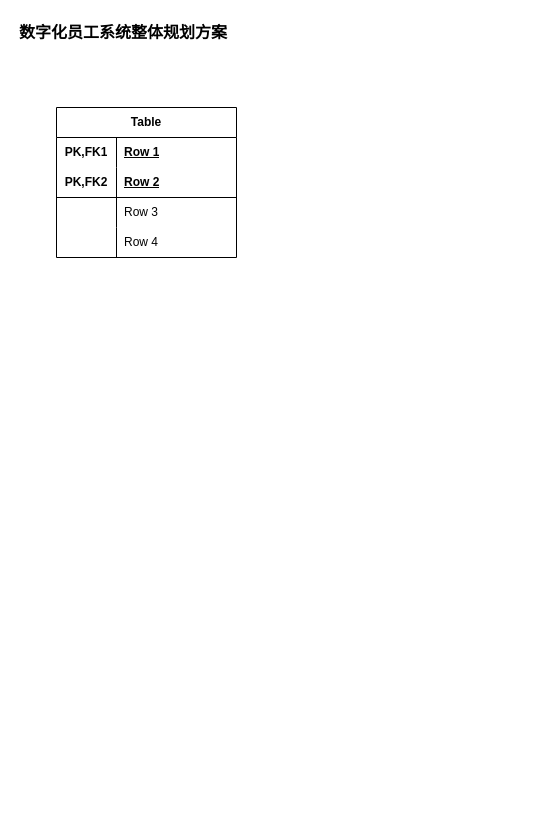
This is src/main/work/zhonghuan/20231030115011.drawio from ab-doc/draw.io, a draw.io file, before an edit. Source tidied: cells renumbered, new cells numbered last; positions are measured from the earlier drawing's top-left corner, leaving out a move shared by most shapes. Both pictures are drawn from the tidied source at 100%, with x=0, y=0 at pixel (16, 17).
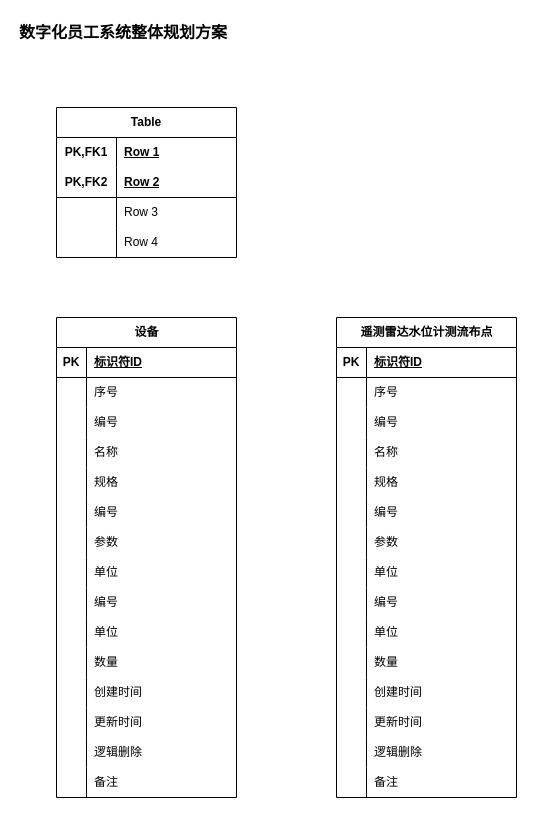
The same diagram, later.

Change to the diagram source:
```diff
@@
+    <mxCell id="16" value="设备" style="shape=table;startSize=30;childLayout=tableLayout;rowLines=0;fontStyle=1;align=center;html=1;" parent="1" vertex="1">
+      <mxGeometry x="40" y="300" width="180" height="480" as="geometry" />
+    </mxCell>
+    <mxCell id="17" style="shape=tableRow;horizontal=0;startSize=0;swimlaneHead=0;swimlaneBody=0;fillColor=none;top=0;left=0;right=0;bottom=1;" parent="16" vertex="1">
+      <mxGeometry y="30" width="180" height="30" as="geometry" />
+    </mxCell>
+    <mxCell id="18" value="PK" style="shape=partialRectangle;fillColor=none;top=0;left=0;bottom=0;right=0;fontStyle=1;overflow=hidden;whiteSpace=wrap;html=1;" parent="17" vertex="1">
+      <mxGeometry width="30" height="30" as="geometry" />
+    </mxCell>
+    <mxCell id="19" value="标识符ID" style="shape=partialRectangle;fillColor=none;top=0;left=0;bottom=0;right=0;align=left;spacingLeft=6;fontStyle=5;overflow=hidden;whiteSpace=wrap;html=1;" parent="17" vertex="1">
+      <mxGeometry x="30" width="150" height="30" as="geometry" />
+    </mxCell>
+    <mxCell id="20" style="shape=tableRow;horizontal=0;startSize=0;swimlaneHead=0;swimlaneBody=0;fillColor=none;top=0;left=0;right=0;bottom=0;" parent="16" vertex="1">
+      <mxGeometry y="60" width="180" height="30" as="geometry" />
+    </mxCell>
+    <mxCell id="21" style="shape=partialRectangle;fillColor=none;top=0;left=0;bottom=0;right=0;overflow=hidden;whiteSpace=wrap;html=1;" parent="20" vertex="1">
+      <mxGeometry width="30" height="30" as="geometry" />
+    </mxCell>
+    <mxCell id="22" value="序号" style="shape=partialRectangle;fillColor=none;top=0;left=0;bottom=0;right=0;align=left;spacingLeft=6;overflow=hidden;whiteSpace=wrap;html=1;" parent="20" vertex="1">
+      <mxGeometry x="30" width="150" height="30" as="geometry" />
+    </mxCell>
+    <mxCell id="23" style="shape=tableRow;horizontal=0;startSize=0;swimlaneHead=0;swimlaneBody=0;fillColor=none;top=0;left=0;right=0;bottom=0;" parent="16" vertex="1">
+      <mxGeometry y="90" width="180" height="30" as="geometry" />
+    </mxCell>
+    <mxCell id="24" style="shape=partialRectangle;fillColor=none;top=0;left=0;bottom=0;right=0;overflow=hidden;whiteSpace=wrap;html=1;" parent="23" vertex="1">
+      <mxGeometry width="30" height="30" as="geometry" />
+    </mxCell>
+    <mxCell id="25" value="编号" style="shape=partialRectangle;fillColor=none;top=0;left=0;bottom=0;right=0;align=left;spacingLeft=6;overflow=hidden;whiteSpace=wrap;html=1;" parent="23" vertex="1">
+      <mxGeometry x="30" width="150" height="30" as="geometry" />
+    </mxCell>
+    <mxCell id="26" style="shape=tableRow;horizontal=0;startSize=0;swimlaneHead=0;swimlaneBody=0;fillColor=none;top=0;left=0;right=0;bottom=0;" parent="16" vertex="1">
+      <mxGeometry y="120" width="180" height="30" as="geometry" />
+    </mxCell>
+    <mxCell id="27" style="shape=partialRectangle;fillColor=none;top=0;left=0;bottom=0;right=0;overflow=hidden;whiteSpace=wrap;html=1;" parent="26" vertex="1">
+      <mxGeometry width="30" height="30" as="geometry" />
+    </mxCell>
+    <mxCell id="28" value="名称" style="shape=partialRectangle;fillColor=none;top=0;left=0;bottom=0;right=0;align=left;spacingLeft=6;overflow=hidden;whiteSpace=wrap;html=1;" parent="26" vertex="1">
+      <mxGeometry x="30" width="150" height="30" as="geometry" />
+    </mxCell>
+    <mxCell id="29" style="shape=tableRow;horizontal=0;startSize=0;swimlaneHead=0;swimlaneBody=0;fillColor=none;top=0;left=0;right=0;bottom=0;" parent="16" vertex="1">
+      <mxGeometry y="150" width="180" height="30" as="geometry" />
+    </mxCell>
+    <mxCell id="30" style="shape=partialRectangle;fillColor=none;top=0;left=0;bottom=0;right=0;overflow=hidden;whiteSpace=wrap;html=1;" parent="29" vertex="1">
+      <mxGeometry width="30" height="30" as="geometry" />
+    </mxCell>
+    <mxCell id="31" value="规格&lt;span style=&quot;white-space: pre;&quot;&gt;&#9;&lt;/span&gt;&lt;br&gt;" style="shape=partialRectangle;fillColor=none;top=0;left=0;bottom=0;right=0;align=left;spacingLeft=6;overflow=hidden;whiteSpace=wrap;html=1;" parent="29" vertex="1">
+      <mxGeometry x="30" width="150" height="30" as="geometry" />
+    </mxCell>
+    <mxCell id="32" style="shape=tableRow;horizontal=0;startSize=0;swimlaneHead=0;swimlaneBody=0;fillColor=none;top=0;left=0;right=0;bottom=0;" parent="16" vertex="1">
+      <mxGeometry y="180" width="180" height="30" as="geometry" />
+    </mxCell>
+    <mxCell id="33" style="shape=partialRectangle;fillColor=none;top=0;left=0;bottom=0;right=0;overflow=hidden;whiteSpace=wrap;html=1;" parent="32" vertex="1">
+      <mxGeometry width="30" height="30" as="geometry" />
+    </mxCell>
+    <mxCell id="34" value="编号" style="shape=partialRectangle;fillColor=none;top=0;left=0;bottom=0;right=0;align=left;spacingLeft=6;overflow=hidden;whiteSpace=wrap;html=1;" parent="32" vertex="1">
+      <mxGeometry x="30" width="150" height="30" as="geometry" />
+    </mxCell>
+    <mxCell id="35" style="shape=tableRow;horizontal=0;startSize=0;swimlaneHead=0;swimlaneBody=0;fillColor=none;top=0;left=0;right=0;bottom=0;" parent="16" vertex="1">
+      <mxGeometry y="210" width="180" height="30" as="geometry" />
+    </mxCell>
+    <mxCell id="36" style="shape=partialRectangle;fillColor=none;top=0;left=0;bottom=0;right=0;overflow=hidden;whiteSpace=wrap;html=1;" parent="35" vertex="1">
+      <mxGeometry width="30" height="30" as="geometry" />
+    </mxCell>
+    <mxCell id="37" value="参数" style="shape=partialRectangle;fillColor=none;top=0;left=0;bottom=0;right=0;align=left;spacingLeft=6;overflow=hidden;whiteSpace=wrap;html=1;" parent="35" vertex="1">
+      <mxGeometry x="30" width="150" height="30" as="geometry" />
+    </mxCell>
+    <mxCell id="38" style="shape=tableRow;horizontal=0;startSize=0;swimlaneHead=0;swimlaneBody=0;fillColor=none;top=0;left=0;right=0;bottom=0;" parent="16" vertex="1">
+      <mxGeometry y="240" width="180" height="30" as="geometry" />
+    </mxCell>
+    <mxCell id="39" style="shape=partialRectangle;fillColor=none;top=0;left=0;bottom=0;right=0;overflow=hidden;whiteSpace=wrap;html=1;" parent="38" vertex="1">
+      <mxGeometry width="30" height="30" as="geometry" />
+    </mxCell>
+    <mxCell id="40" value="单位" style="shape=partialRectangle;fillColor=none;top=0;left=0;bottom=0;right=0;align=left;spacingLeft=6;overflow=hidden;whiteSpace=wrap;html=1;" parent="38" vertex="1">
+      <mxGeometry x="30" width="150" height="30" as="geometry" />
+    </mxCell>
+    <mxCell id="41" style="shape=tableRow;horizontal=0;startSize=0;swimlaneHead=0;swimlaneBody=0;fillColor=none;top=0;left=0;right=0;bottom=0;" parent="16" vertex="1">
+      <mxGeometry y="270" width="180" height="30" as="geometry" />
+    </mxCell>
+    <mxCell id="42" style="shape=partialRectangle;fillColor=none;top=0;left=0;bottom=0;right=0;overflow=hidden;whiteSpace=wrap;html=1;" parent="41" vertex="1">
+      <mxGeometry width="30" height="30" as="geometry" />
+    </mxCell>
+    <mxCell id="43" value="编号" style="shape=partialRectangle;fillColor=none;top=0;left=0;bottom=0;right=0;align=left;spacingLeft=6;overflow=hidden;whiteSpace=wrap;html=1;" parent="41" vertex="1">
+      <mxGeometry x="30" width="150" height="30" as="geometry" />
+    </mxCell>
+    <mxCell id="44" style="shape=tableRow;horizontal=0;startSize=0;swimlaneHead=0;swimlaneBody=0;fillColor=none;top=0;left=0;right=0;bottom=0;" parent="16" vertex="1">
+      <mxGeometry y="300" width="180" height="30" as="geometry" />
+    </mxCell>
+    <mxCell id="45" style="shape=partialRectangle;fillColor=none;top=0;left=0;bottom=0;right=0;overflow=hidden;whiteSpace=wrap;html=1;" parent="44" vertex="1">
+      <mxGeometry width="30" height="30" as="geometry" />
+    </mxCell>
+    <mxCell id="46" value="单位" style="shape=partialRectangle;fillColor=none;top=0;left=0;bottom=0;right=0;align=left;spacingLeft=6;overflow=hidden;whiteSpace=wrap;html=1;" parent="44" vertex="1">
+      <mxGeometry x="30" width="150" height="30" as="geometry" />
+    </mxCell>
+    <mxCell id="47" style="shape=tableRow;horizontal=0;startSize=0;swimlaneHead=0;swimlaneBody=0;fillColor=none;top=0;left=0;right=0;bottom=0;" parent="16" vertex="1">
+      <mxGeometry y="330" width="180" height="30" as="geometry" />
+    </mxCell>
+    <mxCell id="48" style="shape=partialRectangle;fillColor=none;top=0;left=0;bottom=0;right=0;overflow=hidden;whiteSpace=wrap;html=1;" parent="47" vertex="1">
+      <mxGeometry width="30" height="30" as="geometry" />
+    </mxCell>
+    <mxCell id="49" value="数量" style="shape=partialRectangle;fillColor=none;top=0;left=0;bottom=0;right=0;align=left;spacingLeft=6;overflow=hidden;whiteSpace=wrap;html=1;" parent="47" vertex="1">
+      <mxGeometry x="30" width="150" height="30" as="geometry" />
+    </mxCell>
+    <mxCell id="50" style="shape=tableRow;horizontal=0;startSize=0;swimlaneHead=0;swimlaneBody=0;fillColor=none;top=0;left=0;right=0;bottom=0;" parent="16" vertex="1">
+      <mxGeometry y="360" width="180" height="30" as="geometry" />
+    </mxCell>
+    <mxCell id="51" style="shape=partialRectangle;fillColor=none;top=0;left=0;bottom=0;right=0;overflow=hidden;whiteSpace=wrap;html=1;" parent="50" vertex="1">
+      <mxGeometry width="30" height="30" as="geometry" />
+    </mxCell>
+    <mxCell id="52" value="创建时间" style="shape=partialRectangle;fillColor=none;top=0;left=0;bottom=0;right=0;align=left;spacingLeft=6;overflow=hidden;whiteSpace=wrap;html=1;" parent="50" vertex="1">
+      <mxGeometry x="30" width="150" height="30" as="geometry" />
+    </mxCell>
+    <mxCell id="53" style="shape=tableRow;horizontal=0;startSize=0;swimlaneHead=0;swimlaneBody=0;fillColor=none;top=0;left=0;right=0;bottom=0;" parent="16" vertex="1">
+      <mxGeometry y="390" width="180" height="30" as="geometry" />
+    </mxCell>
+    <mxCell id="54" style="shape=partialRectangle;fillColor=none;top=0;left=0;bottom=0;right=0;overflow=hidden;whiteSpace=wrap;html=1;" parent="53" vertex="1">
+      <mxGeometry width="30" height="30" as="geometry" />
+    </mxCell>
+    <mxCell id="55" value="更新时间" style="shape=partialRectangle;fillColor=none;top=0;left=0;bottom=0;right=0;align=left;spacingLeft=6;overflow=hidden;whiteSpace=wrap;html=1;" parent="53" vertex="1">
+      <mxGeometry x="30" width="150" height="30" as="geometry" />
+    </mxCell>
+    <mxCell id="56" style="shape=tableRow;horizontal=0;startSize=0;swimlaneHead=0;swimlaneBody=0;fillColor=none;top=0;left=0;right=0;bottom=0;" parent="16" vertex="1">
+      <mxGeometry y="420" width="180" height="30" as="geometry" />
+    </mxCell>
+    <mxCell id="57" style="shape=partialRectangle;fillColor=none;top=0;left=0;bottom=0;right=0;overflow=hidden;whiteSpace=wrap;html=1;" parent="56" vertex="1">
+      <mxGeometry width="30" height="30" as="geometry" />
+    </mxCell>
+    <mxCell id="58" value="逻辑删除" style="shape=partialRectangle;fillColor=none;top=0;left=0;bottom=0;right=0;align=left;spacingLeft=6;overflow=hidden;whiteSpace=wrap;html=1;" parent="56" vertex="1">
+      <mxGeometry x="30" width="150" height="30" as="geometry" />
+    </mxCell>
+    <mxCell id="59" style="shape=tableRow;horizontal=0;startSize=0;swimlaneHead=0;swimlaneBody=0;fillColor=none;top=0;left=0;right=0;bottom=0;" parent="16" vertex="1">
+      <mxGeometry y="450" width="180" height="30" as="geometry" />
+    </mxCell>
+    <mxCell id="60" style="shape=partialRectangle;fillColor=none;top=0;left=0;bottom=0;right=0;overflow=hidden;whiteSpace=wrap;html=1;" parent="59" vertex="1">
+      <mxGeometry width="30" height="30" as="geometry" />
+    </mxCell>
+    <mxCell id="61" value="备注" style="shape=partialRectangle;fillColor=none;top=0;left=0;bottom=0;right=0;align=left;spacingLeft=6;overflow=hidden;whiteSpace=wrap;html=1;" parent="59" vertex="1">
+      <mxGeometry x="30" width="150" height="30" as="geometry" />
+    </mxCell>
+    <mxCell id="62" value="遥测雷达水位计测流布点" style="shape=table;startSize=30;childLayout=tableLayout;rowLines=0;fontStyle=1;align=center;html=1;" parent="1" vertex="1">
+      <mxGeometry x="320" y="300" width="180" height="480" as="geometry" />
+    </mxCell>
+    <mxCell id="63" style="shape=tableRow;horizontal=0;startSize=0;swimlaneHead=0;swimlaneBody=0;fillColor=none;top=0;left=0;right=0;bottom=1;" parent="62" vertex="1">
+      <mxGeometry y="30" width="180" height="30" as="geometry" />
+    </mxCell>
+    <mxCell id="64" value="PK" style="shape=partialRectangle;fillColor=none;top=0;left=0;bottom=0;right=0;fontStyle=1;overflow=hidden;whiteSpace=wrap;html=1;" parent="63" vertex="1">
+      <mxGeometry width="30" height="30" as="geometry" />
+    </mxCell>
+    <mxCell id="65" value="标识符ID" style="shape=partialRectangle;fillColor=none;top=0;left=0;bottom=0;right=0;align=left;spacingLeft=6;fontStyle=5;overflow=hidden;whiteSpace=wrap;html=1;" parent="63" vertex="1">
+      <mxGeometry x="30" width="150" height="30" as="geometry" />
+    </mxCell>
+    <mxCell id="66" style="shape=tableRow;horizontal=0;startSize=0;swimlaneHead=0;swimlaneBody=0;fillColor=none;top=0;left=0;right=0;bottom=0;" parent="62" vertex="1">
+      <mxGeometry y="60" width="180" height="30" as="geometry" />
+    </mxCell>
+    <mxCell id="67" style="shape=partialRectangle;fillColor=none;top=0;left=0;bottom=0;right=0;overflow=hidden;whiteSpace=wrap;html=1;" parent="66" vertex="1">
+      <mxGeometry width="30" height="30" as="geometry" />
+    </mxCell>
+    <mxCell id="68" value="序号" style="shape=partialRectangle;fillColor=none;top=0;left=0;bottom=0;right=0;align=left;spacingLeft=6;overflow=hidden;whiteSpace=wrap;html=1;" parent="66" vertex="1">
+      <mxGeometry x="30" width="150" height="30" as="geometry" />
+    </mxCell>
+    <mxCell id="69" style="shape=tableRow;horizontal=0;startSize=0;swimlaneHead=0;swimlaneBody=0;fillColor=none;top=0;left=0;right=0;bottom=0;" parent="62" vertex="1">
+      <mxGeometry y="90" width="180" height="30" as="geometry" />
+    </mxCell>
+    <mxCell id="70" style="shape=partialRectangle;fillColor=none;top=0;left=0;bottom=0;right=0;overflow=hidden;whiteSpace=wrap;html=1;" parent="69" vertex="1">
+      <mxGeometry width="30" height="30" as="geometry" />
+    </mxCell>
+    <mxCell id="71" value="编号" style="shape=partialRectangle;fillColor=none;top=0;left=0;bottom=0;right=0;align=left;spacingLeft=6;overflow=hidden;whiteSpace=wrap;html=1;" parent="69" vertex="1">
+      <mxGeometry x="30" width="150" height="30" as="geometry" />
+    </mxCell>
+    <mxCell id="72" style="shape=tableRow;horizontal=0;startSize=0;swimlaneHead=0;swimlaneBody=0;fillColor=none;top=0;left=0;right=0;bottom=0;" parent="62" vertex="1">
+      <mxGeometry y="120" width="180" height="30" as="geometry" />
+    </mxCell>
+    <mxCell id="73" style="shape=partialRectangle;fillColor=none;top=0;left=0;bottom=0;right=0;overflow=hidden;whiteSpace=wrap;html=1;" parent="72" vertex="1">
+      <mxGeometry width="30" height="30" as="geometry" />
+    </mxCell>
+    <mxCell id="74" value="名称" style="shape=partialRectangle;fillColor=none;top=0;left=0;bottom=0;right=0;align=left;spacingLeft=6;overflow=hidden;whiteSpace=wrap;html=1;" parent="72" vertex="1">
+      <mxGeometry x="30" width="150" height="30" as="geometry" />
+    </mxCell>
+    <mxCell id="75" style="shape=tableRow;horizontal=0;startSize=0;swimlaneHead=0;swimlaneBody=0;fillColor=none;top=0;left=0;right=0;bottom=0;" parent="62" vertex="1">
+      <mxGeometry y="150" width="180" height="30" as="geometry" />
+    </mxCell>
+    <mxCell id="76" style="shape=partialRectangle;fillColor=none;top=0;left=0;bottom=0;right=0;overflow=hidden;whiteSpace=wrap;html=1;" parent="75" vertex="1">
+      <mxGeometry width="30" height="30" as="geometry" />
+    </mxCell>
+    <mxCell id="77" value="规格&lt;span style=&quot;white-space: pre;&quot;&gt;&#9;&lt;/span&gt;&lt;br&gt;" style="shape=partialRectangle;fillColor=none;top=0;left=0;bottom=0;right=0;align=left;spacingLeft=6;overflow=hidden;whiteSpace=wrap;html=1;" parent="75" vertex="1">
+      <mxGeometry x="30" width="150" height="30" as="geometry" />
+    </mxCell>
+    <mxCell id="78" style="shape=tableRow;horizontal=0;startSize=0;swimlaneHead=0;swimlaneBody=0;fillColor=none;top=0;left=0;right=0;bottom=0;" parent="62" vertex="1">
+      <mxGeometry y="180" width="180" height="30" as="geometry" />
+    </mxCell>
+    <mxCell id="79" style="shape=partialRectangle;fillColor=none;top=0;left=0;bottom=0;right=0;overflow=hidden;whiteSpace=wrap;html=1;" parent="78" vertex="1">
+      <mxGeometry width="30" height="30" as="geometry" />
+    </mxCell>
+    <mxCell id="80" value="编号" style="shape=partialRectangle;fillColor=none;top=0;left=0;bottom=0;right=0;align=left;spacingLeft=6;overflow=hidden;whiteSpace=wrap;html=1;" parent="78" vertex="1">
+      <mxGeometry x="30" width="150" height="30" as="geometry" />
+    </mxCell>
+    <mxCell id="81" style="shape=tableRow;horizontal=0;startSize=0;swimlaneHead=0;swimlaneBody=0;fillColor=none;top=0;left=0;right=0;bottom=0;" parent="62" vertex="1">
+      <mxGeometry y="210" width="180" height="30" as="geometry" />
+    </mxCell>
+    <mxCell id="82" style="shape=partialRectangle;fillColor=none;top=0;left=0;bottom=0;right=0;overflow=hidden;whiteSpace=wrap;html=1;" parent="81" vertex="1">
+      <mxGeometry width="30" height="30" as="geometry" />
+    </mxCell>
+    <mxCell id="83" value="参数" style="shape=partialRectangle;fillColor=none;top=0;left=0;bottom=0;right=0;align=left;spacingLeft=6;overflow=hidden;whiteSpace=wrap;html=1;" parent="81" vertex="1">
+      <mxGeometry x="30" width="150" height="30" as="geometry" />
+    </mxCell>
+    <mxCell id="84" style="shape=tableRow;horizontal=0;startSize=0;swimlaneHead=0;swimlaneBody=0;fillColor=none;top=0;left=0;right=0;bottom=0;" parent="62" vertex="1">
+      <mxGeometry y="240" width="180" height="30" as="geometry" />
+    </mxCell>
+    <mxCell id="85" style="shape=partialRectangle;fillColor=none;top=0;left=0;bottom=0;right=0;overflow=hidden;whiteSpace=wrap;html=1;" parent="84" vertex="1">
+      <mxGeometry width="30" height="30" as="geometry" />
+    </mxCell>
+    <mxCell id="86" value="单位" style="shape=partialRectangle;fillColor=none;top=0;left=0;bottom=0;right=0;align=left;spacingLeft=6;overflow=hidden;whiteSpace=wrap;html=1;" parent="84" vertex="1">
+      <mxGeometry x="30" width="150" height="30" as="geometry" />
+    </mxCell>
+    <mxCell id="87" style="shape=tableRow;horizontal=0;startSize=0;swimlaneHead=0;swimlaneBody=0;fillColor=none;top=0;left=0;right=0;bottom=0;" parent="62" vertex="1">
+      <mxGeometry y="270" width="180" height="30" as="geometry" />
+    </mxCell>
+    <mxCell id="88" style="shape=partialRectangle;fillColor=none;top=0;left=0;bottom=0;right=0;overflow=hidden;whiteSpace=wrap;html=1;" parent="87" vertex="1">
+      <mxGeometry width="30" height="30" as="geometry" />
+    </mxCell>
+    <mxCell id="89" value="编号" style="shape=partialRectangle;fillColor=none;top=0;left=0;bottom=0;right=0;align=left;spacingLeft=6;overflow=hidden;whiteSpace=wrap;html=1;" parent="87" vertex="1">
+      <mxGeometry x="30" width="150" height="30" as="geometry" />
+    </mxCell>
+    <mxCell id="90" style="shape=tableRow;horizontal=0;startSize=0;swimlaneHead=0;swimlaneBody=0;fillColor=none;top=0;left=0;right=0;bottom=0;" parent="62" vertex="1">
+      <mxGeometry y="300" width="180" height="30" as="geometry" />
+    </mxCell>
+    <mxCell id="91" style="shape=partialRectangle;fillColor=none;top=0;left=0;bottom=0;right=0;overflow=hidden;whiteSpace=wrap;html=1;" parent="90" vertex="1">
+      <mxGeometry width="30" height="30" as="geometry" />
+    </mxCell>
+    <mxCell id="92" value="单位" style="shape=partialRectangle;fillColor=none;top=0;left=0;bottom=0;right=0;align=left;spacingLeft=6;overflow=hidden;whiteSpace=wrap;html=1;" parent="90" vertex="1">
+      <mxGeometry x="30" width="150" height="30" as="geometry" />
+    </mxCell>
+    <mxCell id="93" style="shape=tableRow;horizontal=0;startSize=0;swimlaneHead=0;swimlaneBody=0;fillColor=none;top=0;left=0;right=0;bottom=0;" parent="62" vertex="1">
+      <mxGeometry y="330" width="180" height="30" as="geometry" />
+    </mxCell>
+    <mxCell id="94" style="shape=partialRectangle;fillColor=none;top=0;left=0;bottom=0;right=0;overflow=hidden;whiteSpace=wrap;html=1;" parent="93" vertex="1">
+      <mxGeometry width="30" height="30" as="geometry" />
+    </mxCell>
+    <mxCell id="95" value="数量" style="shape=partialRectangle;fillColor=none;top=0;left=0;bottom=0;right=0;align=left;spacingLeft=6;overflow=hidden;whiteSpace=wrap;html=1;" parent="93" vertex="1">
+      <mxGeometry x="30" width="150" height="30" as="geometry" />
+    </mxCell>
+    <mxCell id="96" style="shape=tableRow;horizontal=0;startSize=0;swimlaneHead=0;swimlaneBody=0;fillColor=none;top=0;left=0;right=0;bottom=0;" parent="62" vertex="1">
+      <mxGeometry y="360" width="180" height="30" as="geometry" />
+    </mxCell>
+    <mxCell id="97" style="shape=partialRectangle;fillColor=none;top=0;left=0;bottom=0;right=0;overflow=hidden;whiteSpace=wrap;html=1;" parent="96" vertex="1">
+      <mxGeometry width="30" height="30" as="geometry" />
+    </mxCell>
+    <mxCell id="98" value="创建时间" style="shape=partialRectangle;fillColor=none;top=0;left=0;bottom=0;right=0;align=left;spacingLeft=6;overflow=hidden;whiteSpace=wrap;html=1;" parent="96" vertex="1">
+      <mxGeometry x="30" width="150" height="30" as="geometry" />
+    </mxCell>
+    <mxCell id="99" style="shape=tableRow;horizontal=0;startSize=0;swimlaneHead=0;swimlaneBody=0;fillColor=none;top=0;left=0;right=0;bottom=0;" parent="62" vertex="1">
+      <mxGeometry y="390" width="180" height="30" as="geometry" />
+    </mxCell>
+    <mxCell id="100" style="shape=partialRectangle;fillColor=none;top=0;left=0;bottom=0;right=0;overflow=hidden;whiteSpace=wrap;html=1;" parent="99" vertex="1">
+      <mxGeometry width="30" height="30" as="geometry" />
+    </mxCell>
+    <mxCell id="101" value="更新时间" style="shape=partialRectangle;fillColor=none;top=0;left=0;bottom=0;right=0;align=left;spacingLeft=6;overflow=hidden;whiteSpace=wrap;html=1;" parent="99" vertex="1">
+      <mxGeometry x="30" width="150" height="30" as="geometry" />
+    </mxCell>
+    <mxCell id="102" style="shape=tableRow;horizontal=0;startSize=0;swimlaneHead=0;swimlaneBody=0;fillColor=none;top=0;left=0;right=0;bottom=0;" parent="62" vertex="1">
+      <mxGeometry y="420" width="180" height="30" as="geometry" />
+    </mxCell>
+    <mxCell id="103" style="shape=partialRectangle;fillColor=none;top=0;left=0;bottom=0;right=0;overflow=hidden;whiteSpace=wrap;html=1;" parent="102" vertex="1">
+      <mxGeometry width="30" height="30" as="geometry" />
+    </mxCell>
+    <mxCell id="104" value="逻辑删除" style="shape=partialRectangle;fillColor=none;top=0;left=0;bottom=0;right=0;align=left;spacingLeft=6;overflow=hidden;whiteSpace=wrap;html=1;" parent="102" vertex="1">
+      <mxGeometry x="30" width="150" height="30" as="geometry" />
+    </mxCell>
+    <mxCell id="105" style="shape=tableRow;horizontal=0;startSize=0;swimlaneHead=0;swimlaneBody=0;fillColor=none;top=0;left=0;right=0;bottom=0;" parent="62" vertex="1">
+      <mxGeometry y="450" width="180" height="30" as="geometry" />
+    </mxCell>
+    <mxCell id="106" style="shape=partialRectangle;fillColor=none;top=0;left=0;bottom=0;right=0;overflow=hidden;whiteSpace=wrap;html=1;" parent="105" vertex="1">
+      <mxGeometry width="30" height="30" as="geometry" />
+    </mxCell>
+    <mxCell id="107" value="备注" style="shape=partialRectangle;fillColor=none;top=0;left=0;bottom=0;right=0;align=left;spacingLeft=6;overflow=hidden;whiteSpace=wrap;html=1;" parent="105" vertex="1">
+      <mxGeometry x="30" width="150" height="30" as="geometry" />
+    </mxCell>
```
